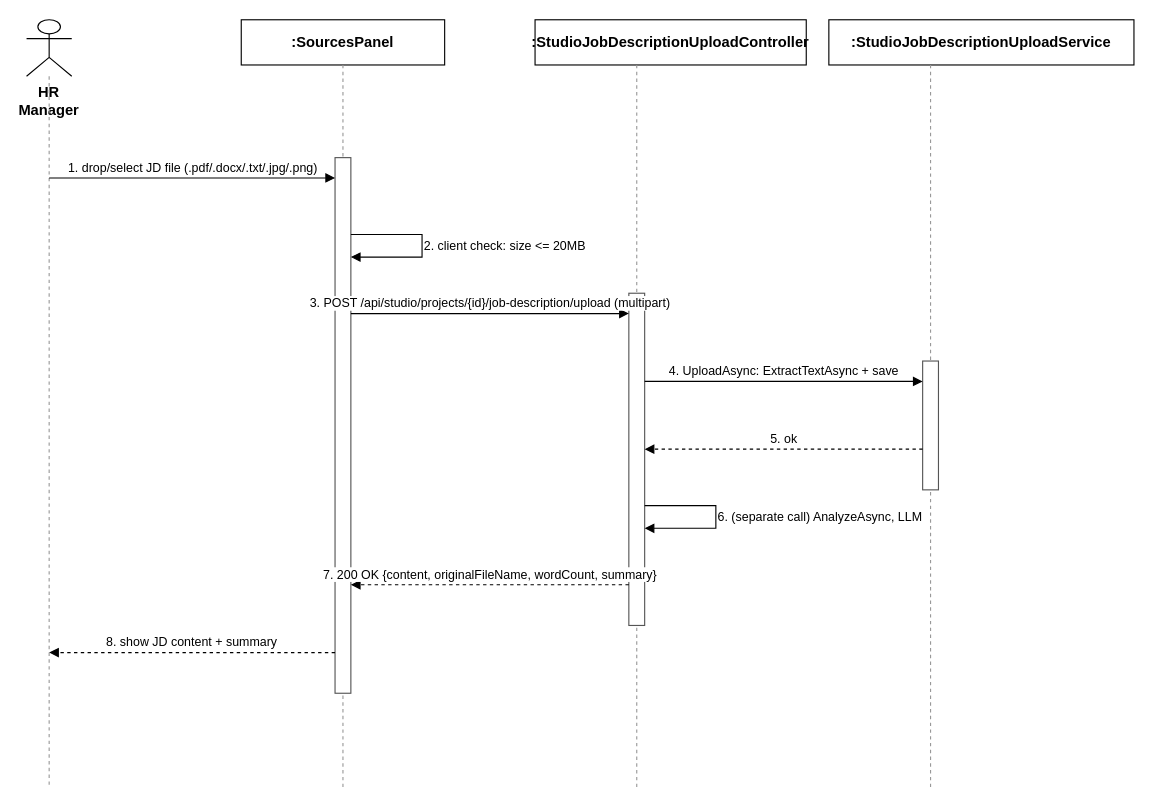
tulklk/AI_Interview_Question_Generation_RAG_LLM_FE keeps this draw.io diagram as docs/qa/Nam_SequenceDiagram/02_JobDescriptionManagement_CreateJD_UploadFile.drawio. Above is the earlier version. Source tidied: cells renumbered, new cells numbered last; positions are measured from the earlier drawing's top-left corner, leaving out a move shared by most shapes. Both pictures are drawn from the tidied source at 113%, with x=0, y=0 at pixel (26, 19).
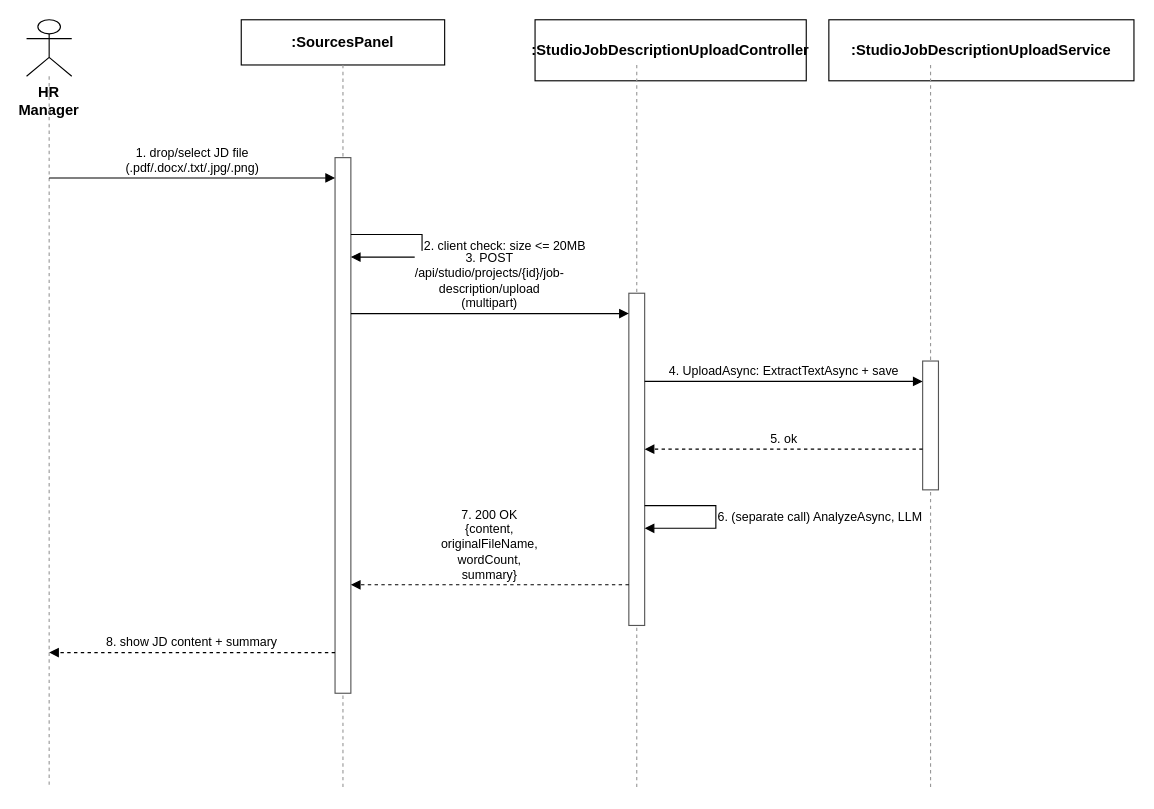
The same diagram, later.

What changed in the source:
```diff
@@
     <mxCell id="6" value=":StudioJobDescriptionUploadController" style="rounded=0;whiteSpace=wrap;html=1;fontSize=13;fillColor=#ffffff;strokeColor=#000000;fontStyle=1;" parent="1" vertex="1">
-      <mxGeometry x="450" width="240" height="40" as="geometry" />
+      <mxGeometry x="450" width="240" height="54" as="geometry" />
     </mxCell>
@@
     <mxCell id="8" value=":StudioJobDescriptionUploadService" style="rounded=0;whiteSpace=wrap;html=1;fontSize=13;fillColor=#ffffff;strokeColor=#000000;fontStyle=1;" parent="1" vertex="1">
-      <mxGeometry x="710" width="270" height="40" as="geometry" />
+      <mxGeometry x="710" width="270" height="54" as="geometry" />
     </mxCell>
@@
-    <mxCell id="13" value="1. drop/select JD file (.pdf/.docx/.txt/.jpg/.png)" style="endArrow=block;endFill=1;html=1;fontSize=11;align=center;verticalAlign=bottom;labelBackgroundColor=#ffffff;strokeColor=#000000;" parent="1" edge="1">
+    <mxCell id="13" value="1. drop/select JD file (.pdf/.docx/.txt/.jpg/.png)" style="endArrow=block;endFill=1;html=1;whiteSpace=wrap;fontSize=11;align=center;verticalAlign=bottom;labelBackgroundColor=#ffffff;strokeColor=#000000;" parent="1" edge="1">
       <mxGeometry relative="1" as="geometry">
         <mxPoint x="20" y="140" as="sourcePoint" />
         <mxPoint x="273" y="140" as="targetPoint" />
       </mxGeometry>
     </mxCell>
@@
-    <mxCell id="15" value="3. POST /api/studio/projects/{id}/job-description/upload (multipart)" style="endArrow=block;endFill=1;html=1;fontSize=11;align=center;verticalAlign=bottom;labelBackgroundColor=#ffffff;strokeColor=#000000;" parent="1" edge="1">
+    <mxCell id="15" value="3. POST /api/studio/projects/{id}/job-description/upload (multipart)" style="endArrow=block;endFill=1;html=1;whiteSpace=wrap;fontSize=11;align=center;verticalAlign=bottom;labelBackgroundColor=#ffffff;strokeColor=#000000;" parent="1" edge="1">
       <mxGeometry relative="1" as="geometry">
         <mxPoint x="287" y="260" as="sourcePoint" />
         <mxPoint x="533" y="260" as="targetPoint" />
       </mxGeometry>
     </mxCell>
@@
-    <mxCell id="19" value="7. 200 OK {content, originalFileName, wordCount, summary}" style="endArrow=block;endFill=1;html=1;dashed=1;fontSize=11;align=center;verticalAlign=bottom;labelBackgroundColor=#ffffff;strokeColor=#000000;" parent="1" edge="1">
+    <mxCell id="19" value="7. 200 OK {content, originalFileName, wordCount, summary}" style="endArrow=block;endFill=1;html=1;whiteSpace=wrap;dashed=1;fontSize=11;align=center;verticalAlign=bottom;labelBackgroundColor=#ffffff;strokeColor=#000000;" parent="1" edge="1">
       <mxGeometry relative="1" as="geometry">
         <mxPoint x="533" y="500" as="sourcePoint" />
         <mxPoint x="287" y="500" as="targetPoint" />
       </mxGeometry>
     </mxCell>
```
